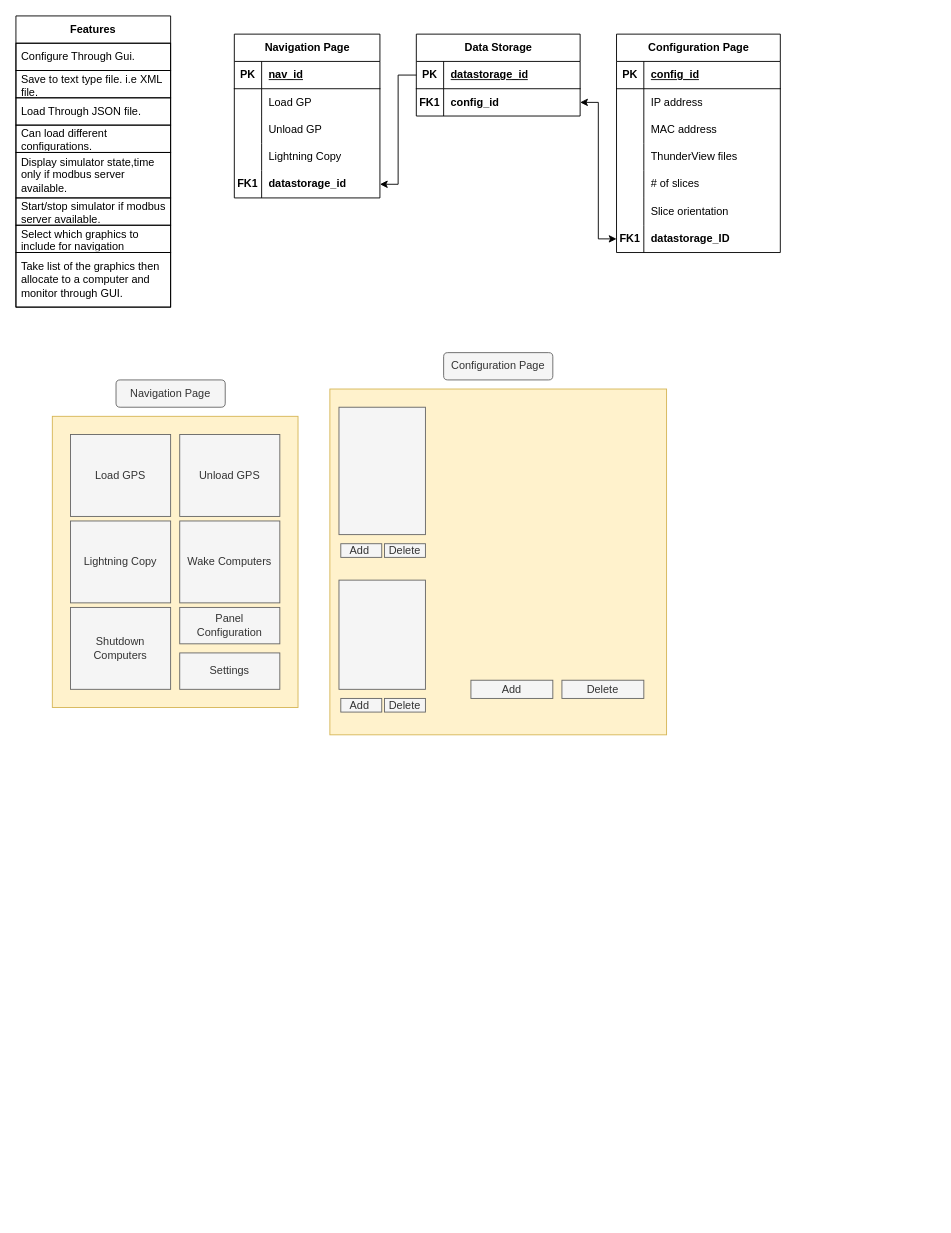
This is GUI_DesignMap.drawio from MansourMohamedAli/GPS_UserInterface, a draw.io file, before an edit. Source tidied: cells renumbered, new cells numbered last; positions are measured from the earlier drawing's top-left corner, leaving out a move shared by most shapes. Both pictures are drawn from the tidied source at 91%, with x=0, y=0 at pixel (15, 15).
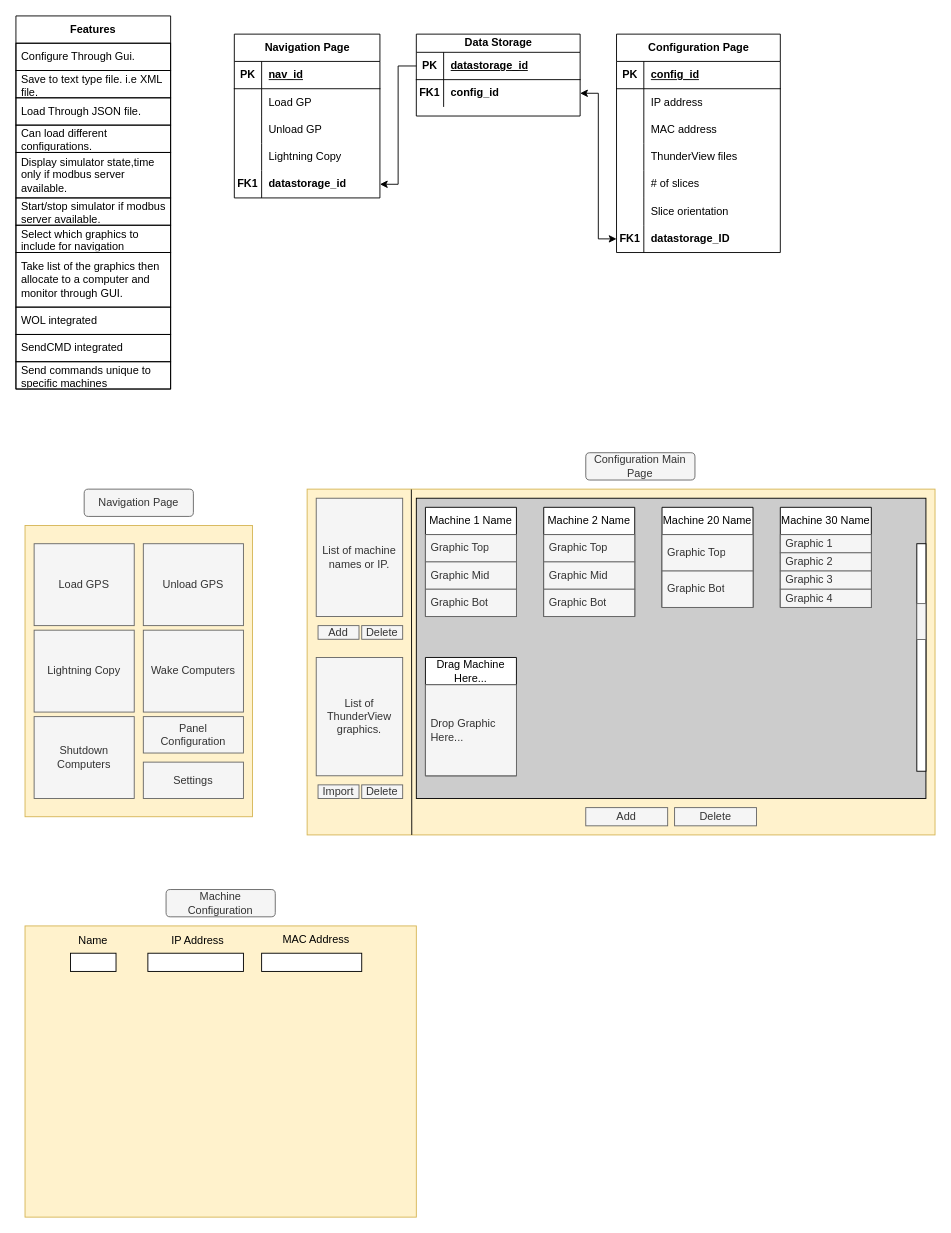
The same page after the edit.

Commit message:
-Added detail to configuration page. -Created machine setup page.

Unchanged cells that the change refers to:
```xml
<mxCell id="38" style="shape=tableRow;horizontal=0;startSize=0;swimlaneHead=0;swimlaneBody=0;fillColor=none;points=[[0,0.5],[1,0.5]];portConstraint=eastwest;top=0;left=0;right=0;bottom=0;" parent="19" vertex="1">
  <mxGeometry y="210" width="180" height="30" as="geometry" />
</mxCell>
```

The edit, as a diff of the source:
```diff
@@
     <mxCell id="2" style="rounded=0;whiteSpace=wrap;html=1;fillColor=#fff2cc;strokeColor=#d6b656;" parent="1" vertex="1">
-      <mxGeometry x="40" y="440" width="270" height="320" as="geometry" />
+      <mxGeometry x="10" y="560" width="250" height="320" as="geometry" />
     </mxCell>
@@
-    <mxCell id="41" value="Data Storage" style="shape=table;startSize=30;childLayout=tableLayout;rowLines=0;fontStyle=1;align=center;html=1;" parent="1" vertex="1">
+    <mxCell id="41" value="Data Storage" style="shape=table;startSize=20;childLayout=tableLayout;rowLines=0;fontStyle=1;align=center;html=1;" parent="1" vertex="1">
       <mxGeometry x="440" y="20" width="180" height="90" as="geometry" />
     </mxCell>
     <mxCell id="42" style="shape=tableRow;horizontal=0;startSize=0;swimlaneHead=0;swimlaneBody=0;fillColor=none;points=[[0,0.5],[1,0.5]];portConstraint=eastwest;top=0;left=0;right=0;bottom=1;" parent="41" vertex="1">
-      <mxGeometry y="30" width="180" height="30" as="geometry" />
+      <mxGeometry y="20" width="180" height="30" as="geometry" />
     </mxCell>
@@
     <mxCell id="45" style="shape=tableRow;horizontal=0;startSize=0;swimlaneHead=0;swimlaneBody=0;fillColor=none;points=[[0,0.5],[1,0.5]];portConstraint=eastwest;top=0;left=0;right=0;bottom=0;" parent="41" vertex="1">
-      <mxGeometry y="60" width="180" height="30" as="geometry" />
+      <mxGeometry y="50" width="180" height="30" as="geometry" />
     </mxCell>
@@
     <mxCell id="49" style="endArrow=classic;startArrow=classic;html=1;rounded=0;entryX=1;entryY=0.5;entryDx=0;entryDy=0;exitX=0;exitY=0.5;exitDx=0;exitDy=0;" parent="1" edge="1" source="38" target="45">
       <mxGeometry relative="1" as="geometry">
         <Array as="points">
           <mxPoint x="640" y="245" />
-          <mxPoint x="640" y="95" />
+          <mxPoint x="640" y="85" />
         </Array>
       </mxGeometry>
     </mxCell>
     <mxCell id="50" value="&lt;b&gt;Features&lt;/b&gt;" style="swimlane;fontStyle=0;horizontal=1;startSize=30;whiteSpace=wrap;html=1;" parent="1" vertex="1">
-      <mxGeometry width="170" height="320" as="geometry" />
+      <mxGeometry width="170" height="410" as="geometry" />
     </mxCell>
@@
+    <mxCell id="77" value="WOL integrated" style="text;strokeColor=default;fillColor=none;align=left;verticalAlign=middle;spacingLeft=4;spacingRight=4;overflow=hidden;whiteSpace=wrap;html=1;" parent="50" vertex="1">
+      <mxGeometry y="320" width="170" height="30" as="geometry" />
+    </mxCell>
+    <mxCell id="78" value="SendCMD integrated" style="text;strokeColor=default;fillColor=none;align=left;verticalAlign=middle;spacingLeft=4;spacingRight=4;overflow=hidden;whiteSpace=wrap;html=1;" parent="50" vertex="1">
+      <mxGeometry y="350" width="170" height="30" as="geometry" />
+    </mxCell>
+    <mxCell id="79" value="Send commands unique to specific machines" style="text;strokeColor=default;fillColor=none;align=left;verticalAlign=middle;spacingLeft=4;spacingRight=4;overflow=hidden;whiteSpace=wrap;html=1;" parent="50" vertex="1">
+      <mxGeometry y="380" width="170" height="30" as="geometry" />
+    </mxCell>
     <mxCell id="59" value="Load GPS" style="rounded=0;whiteSpace=wrap;html=1;fillColor=#f5f5f5;fontColor=#333333;strokeColor=#666666;" parent="1" vertex="1">
-      <mxGeometry x="60" y="460" width="110" height="90" as="geometry" />
+      <mxGeometry x="20" y="580" width="110" height="90" as="geometry" />
     </mxCell>
     <mxCell id="60" value="Unload GPS" style="rounded=0;whiteSpace=wrap;html=1;fillColor=#f5f5f5;fontColor=#333333;strokeColor=#666666;" parent="1" vertex="1">
-      <mxGeometry x="180" y="460" width="110" height="90" as="geometry" />
+      <mxGeometry x="140" y="580" width="110" height="90" as="geometry" />
     </mxCell>
     <mxCell id="61" value="Lightning Copy" style="rounded=0;whiteSpace=wrap;html=1;fillColor=#f5f5f5;fontColor=#333333;strokeColor=#666666;" parent="1" vertex="1">
-      <mxGeometry x="60" y="555" width="110" height="90" as="geometry" />
+      <mxGeometry x="20" y="675" width="110" height="90" as="geometry" />
     </mxCell>
     <mxCell id="62" value="Wake Computers" style="rounded=0;whiteSpace=wrap;html=1;fillColor=#f5f5f5;fontColor=#333333;strokeColor=#666666;" parent="1" vertex="1">
-      <mxGeometry x="180" y="555" width="110" height="90" as="geometry" />
+      <mxGeometry x="140" y="675" width="110" height="90" as="geometry" />
     </mxCell>
     <mxCell id="63" value="Shutdown Computers" style="rounded=0;whiteSpace=wrap;html=1;fillColor=#f5f5f5;fontColor=#333333;strokeColor=#666666;" parent="1" vertex="1">
-      <mxGeometry x="60" y="650" width="110" height="90" as="geometry" />
+      <mxGeometry x="20" y="770" width="110" height="90" as="geometry" />
     </mxCell>
     <mxCell id="64" value="Panel &lt;br&gt;Configuration" style="rounded=0;whiteSpace=wrap;html=1;fillColor=#f5f5f5;fontColor=#333333;strokeColor=#666666;" parent="1" vertex="1">
-      <mxGeometry x="180" y="650" width="110" height="40" as="geometry" />
+      <mxGeometry x="140" y="770" width="110" height="40" as="geometry" />
     </mxCell>
     <mxCell id="65" value="Navigation Page" style="rounded=1;whiteSpace=wrap;html=1;fillColor=#f5f5f5;strokeColor=#666666;fontColor=#333333;" parent="1" vertex="1">
-      <mxGeometry x="110" y="400" width="120" height="30" as="geometry" />
+      <mxGeometry x="75" y="520" width="120" height="30" as="geometry" />
     </mxCell>
-    <mxCell id="66" value="Configuration Page" style="rounded=1;whiteSpace=wrap;html=1;fillColor=#f5f5f5;strokeColor=#666666;fontColor=#333333;" parent="1" vertex="1">
-      <mxGeometry x="470" y="370" width="120" height="30" as="geometry" />
+    <mxCell id="66" value="Configuration Main Page" style="rounded=1;whiteSpace=wrap;html=1;fillColor=#f5f5f5;strokeColor=#666666;fontColor=#333333;" parent="1" vertex="1">
+      <mxGeometry x="626.2" y="480" width="120" height="30" as="geometry" />
     </mxCell>
     <mxCell id="67" value="Settings" style="rounded=0;whiteSpace=wrap;html=1;fillColor=#f5f5f5;fontColor=#333333;strokeColor=#666666;" parent="1" vertex="1">
-      <mxGeometry x="180" y="700" width="110" height="40" as="geometry" />
+      <mxGeometry x="140" y="820" width="110" height="40" as="geometry" />
     </mxCell>
     <mxCell id="68" style="rounded=0;whiteSpace=wrap;html=1;fillColor=#fff2cc;strokeColor=#d6b656;" parent="1" vertex="1">
-      <mxGeometry x="345" y="410" width="370" height="380" as="geometry" />
+      <mxGeometry x="320" y="520" width="690" height="380" as="geometry" />
     </mxCell>
-    <mxCell id="69" style="rounded=0;whiteSpace=wrap;html=1;fillColor=#f5f5f5;fontColor=#333333;strokeColor=#666666;" parent="1" vertex="1">
-      <mxGeometry x="355" y="620" width="95" height="120" as="geometry" />
+    <mxCell id="69" value="List of ThunderView graphics." style="rounded=0;whiteSpace=wrap;html=1;fillColor=#f5f5f5;fontColor=#333333;strokeColor=#666666;" parent="1" vertex="1">
+      <mxGeometry x="330" y="705" width="95" height="130" as="geometry" />
     </mxCell>
-    <mxCell id="70" value="Add" style="rounded=0;whiteSpace=wrap;html=1;fillColor=#f5f5f5;fontColor=#333333;strokeColor=#666666;" parent="1" vertex="1">
-      <mxGeometry x="500" y="730" width="90" height="20" as="geometry" />
-    </mxCell>
-    <mxCell id="71" value="Delete" style="rounded=0;whiteSpace=wrap;html=1;fillColor=#f5f5f5;fontColor=#333333;strokeColor=#666666;" parent="1" vertex="1">
-      <mxGeometry x="600" y="730" width="90" height="20" as="geometry" />
-    </mxCell>
-    <mxCell id="72" style="rounded=0;whiteSpace=wrap;html=1;fillColor=#f5f5f5;fontColor=#333333;strokeColor=#666666;" parent="1" vertex="1">
-      <mxGeometry x="355" y="430" width="95" height="140" as="geometry" />
+    <mxCell id="72" value="List of machine names or IP." style="rounded=0;whiteSpace=wrap;html=1;fillColor=#f5f5f5;fontColor=#333333;strokeColor=#666666;" parent="1" vertex="1">
+      <mxGeometry x="330" y="530" width="95" height="130" as="geometry" />
     </mxCell>
-    <mxCell id="73" value="Add&amp;nbsp;" style="rounded=0;whiteSpace=wrap;html=1;fillColor=#f5f5f5;fontColor=#333333;strokeColor=#666666;" parent="1" vertex="1">
-      <mxGeometry x="357" y="580" width="45" height="15" as="geometry" />
+    <mxCell id="73" value="Add" style="rounded=0;whiteSpace=wrap;html=1;fillColor=#f5f5f5;fontColor=#333333;strokeColor=#666666;" parent="1" vertex="1">
+      <mxGeometry x="332" y="670" width="45" height="15" as="geometry" />
     </mxCell>
     <mxCell id="74" value="Delete" style="rounded=0;whiteSpace=wrap;html=1;fillColor=#f5f5f5;fontColor=#333333;strokeColor=#666666;" parent="1" vertex="1">
-      <mxGeometry x="405" y="580" width="45" height="15" as="geometry" />
+      <mxGeometry x="380" y="670" width="45" height="15" as="geometry" />
     </mxCell>
-    <mxCell id="75" value="Add&amp;nbsp;" style="rounded=0;whiteSpace=wrap;html=1;fillColor=#f5f5f5;fontColor=#333333;strokeColor=#666666;" parent="1" vertex="1">
-      <mxGeometry x="357" y="750" width="45" height="15" as="geometry" />
+    <mxCell id="75" value="Import" style="rounded=0;whiteSpace=wrap;html=1;fillColor=#f5f5f5;fontColor=#333333;strokeColor=#666666;" parent="1" vertex="1">
+      <mxGeometry x="332" y="845" width="45" height="15" as="geometry" />
     </mxCell>
     <mxCell id="76" value="Delete" style="rounded=0;whiteSpace=wrap;html=1;fillColor=#f5f5f5;fontColor=#333333;strokeColor=#666666;" parent="1" vertex="1">
-      <mxGeometry x="405" y="750" width="45" height="15" as="geometry" />
+      <mxGeometry x="380" y="845" width="45" height="15" as="geometry" />
     </mxCell>
+    <mxCell id="80" style="endArrow=none;html=1;rounded=0;entryX=0.166;entryY=0.001;entryDx=0;entryDy=0;entryPerimeter=0;" parent="1" edge="1" target="68">
+      <mxGeometry relative="1" as="geometry">
+        <mxPoint x="435" y="900" as="sourcePoint" />
+      </mxGeometry>
+    </mxCell>
+    <mxCell id="81" style="rounded=0;whiteSpace=wrap;html=1;fillColor=#CCCCCC;" parent="1" vertex="1">
+      <mxGeometry x="440" y="530" width="560" height="330" as="geometry" />
+    </mxCell>
+    <mxCell id="82" value="Machine 1 Name" style="swimlane;fontStyle=0;horizontal=1;startSize=30;whiteSpace=wrap;html=1;" parent="1" vertex="1">
+      <mxGeometry x="450" y="540" width="100" height="120" as="geometry" />
+    </mxCell>
+    <mxCell id="83" value="Graphic Top" style="text;strokeColor=#666666;fillColor=#f5f5f5;align=left;verticalAlign=middle;spacingLeft=4;spacingRight=4;overflow=hidden;whiteSpace=wrap;html=1;fontColor=#333333;" parent="82" vertex="1">
+      <mxGeometry y="30" width="100" height="30" as="geometry" />
+    </mxCell>
+    <mxCell id="84" value="Graphic Mid" style="text;strokeColor=#666666;fillColor=#f5f5f5;align=left;verticalAlign=middle;spacingLeft=4;spacingRight=4;overflow=hidden;whiteSpace=wrap;html=1;fontColor=#333333;" parent="82" vertex="1">
+      <mxGeometry y="60" width="100" height="30" as="geometry" />
+    </mxCell>
+    <mxCell id="85" value="Graphic Bot" style="text;strokeColor=#666666;fillColor=#f5f5f5;align=left;verticalAlign=middle;spacingLeft=4;spacingRight=4;overflow=hidden;whiteSpace=wrap;html=1;fontColor=#333333;" parent="82" vertex="1">
+      <mxGeometry y="90" width="100" height="30" as="geometry" />
+    </mxCell>
+    <mxCell id="86" value="Machine 2 Name" style="swimlane;fontStyle=0;horizontal=1;startSize=30;whiteSpace=wrap;html=1;" parent="1" vertex="1">
+      <mxGeometry x="580" y="540" width="100" height="120" as="geometry" />
+    </mxCell>
+    <mxCell id="87" value="Graphic Top" style="text;strokeColor=#666666;fillColor=#f5f5f5;align=left;verticalAlign=middle;spacingLeft=4;spacingRight=4;overflow=hidden;whiteSpace=wrap;html=1;fontColor=#333333;" parent="86" vertex="1">
+      <mxGeometry y="30" width="100" height="30" as="geometry" />
+    </mxCell>
+    <mxCell id="88" value="Graphic Mid" style="text;strokeColor=#666666;fillColor=#f5f5f5;align=left;verticalAlign=middle;spacingLeft=4;spacingRight=4;overflow=hidden;whiteSpace=wrap;html=1;fontColor=#333333;" parent="86" vertex="1">
+      <mxGeometry y="60" width="100" height="30" as="geometry" />
+    </mxCell>
+    <mxCell id="89" value="Graphic Bot" style="text;strokeColor=#666666;fillColor=#f5f5f5;align=left;verticalAlign=middle;spacingLeft=4;spacingRight=4;overflow=hidden;whiteSpace=wrap;html=1;fontColor=#333333;" parent="86" vertex="1">
+      <mxGeometry y="90" width="100" height="30" as="geometry" />
+    </mxCell>
+    <mxCell id="90" value="Machine 20 Name" style="swimlane;fontStyle=0;horizontal=1;startSize=30;whiteSpace=wrap;html=1;" parent="1" vertex="1">
+      <mxGeometry x="710" y="540" width="100" height="110" as="geometry" />
+    </mxCell>
+    <mxCell id="91" value="Graphic Top" style="text;strokeColor=#666666;fillColor=#f5f5f5;align=left;verticalAlign=middle;spacingLeft=4;spacingRight=4;overflow=hidden;whiteSpace=wrap;html=1;fontColor=#333333;" parent="90" vertex="1">
+      <mxGeometry y="30" width="100" height="40" as="geometry" />
+    </mxCell>
+    <mxCell id="92" value="Graphic Bot" style="text;strokeColor=#666666;fillColor=#f5f5f5;align=left;verticalAlign=middle;spacingLeft=4;spacingRight=4;overflow=hidden;whiteSpace=wrap;html=1;fontColor=#333333;" parent="90" vertex="1">
+      <mxGeometry y="70" width="100" height="40" as="geometry" />
+    </mxCell>
+    <mxCell id="93" value="Machine 30 Name" style="swimlane;fontStyle=0;horizontal=1;startSize=30;whiteSpace=wrap;html=1;swimlaneFillColor=default;" parent="1" vertex="1">
+      <mxGeometry x="840" y="540" width="100" height="110" as="geometry" />
+    </mxCell>
+    <mxCell id="94" value="Graphic 1" style="text;strokeColor=#666666;fillColor=#f5f5f5;align=left;verticalAlign=middle;spacingLeft=4;spacingRight=4;overflow=hidden;whiteSpace=wrap;html=1;fontColor=#333333;" parent="93" vertex="1">
+      <mxGeometry y="30" width="100" height="20" as="geometry" />
+    </mxCell>
+    <mxCell id="95" value="Graphic 2" style="text;strokeColor=#666666;fillColor=#f5f5f5;align=left;verticalAlign=middle;spacingLeft=4;spacingRight=4;overflow=hidden;whiteSpace=wrap;html=1;fontColor=#333333;" parent="93" vertex="1">
+      <mxGeometry y="50" width="100" height="20" as="geometry" />
+    </mxCell>
+    <mxCell id="96" value="Graphic 3" style="text;strokeColor=#666666;fillColor=#f5f5f5;align=left;verticalAlign=middle;spacingLeft=4;spacingRight=4;overflow=hidden;whiteSpace=wrap;html=1;fontColor=#333333;" parent="93" vertex="1">
+      <mxGeometry y="70" width="100" height="20" as="geometry" />
+    </mxCell>
+    <mxCell id="97" value="Graphic 4" style="text;strokeColor=#666666;fillColor=#f5f5f5;align=left;verticalAlign=middle;spacingLeft=4;spacingRight=4;overflow=hidden;whiteSpace=wrap;html=1;fontColor=#333333;" parent="93" vertex="1">
+      <mxGeometry y="90" width="100" height="20" as="geometry" />
+    </mxCell>
+    <mxCell id="70" value="Add" style="rounded=0;whiteSpace=wrap;html=1;fillColor=#f5f5f5;fontColor=#333333;strokeColor=#666666;" parent="1" vertex="1">
+      <mxGeometry x="626.2" y="870" width="90" height="20" as="geometry" />
+    </mxCell>
+    <mxCell id="71" value="Delete" style="rounded=0;whiteSpace=wrap;html=1;fillColor=#f5f5f5;fontColor=#333333;strokeColor=#666666;" parent="1" vertex="1">
+      <mxGeometry x="723.8" y="870" width="90" height="20" as="geometry" />
+    </mxCell>
+    <mxCell id="98" style="group;" parent="1" vertex="1">
+      <mxGeometry x="990" y="580" width="10" height="250" as="geometry" />
+    </mxCell>
+    <mxCell id="99" style="rounded=0;whiteSpace=wrap;html=1;" parent="98" vertex="1">
+      <mxGeometry width="10" height="250" as="geometry" />
+    </mxCell>
+    <mxCell id="100" style="rounded=0;whiteSpace=wrap;html=1;fillColor=#f5f5f5;fontColor=#333333;strokeColor=#666666;" parent="98" vertex="1">
+      <mxGeometry y="65.8" width="10" height="39.5" as="geometry" />
+    </mxCell>
+    <mxCell id="101" value="Drag Machine Here..." style="swimlane;fontStyle=0;horizontal=1;startSize=30;whiteSpace=wrap;html=1;" parent="1" vertex="1">
+      <mxGeometry x="450" y="705" width="100" height="130" as="geometry" />
+    </mxCell>
+    <mxCell id="102" value="Drop Graphic Here..." style="text;strokeColor=#666666;fillColor=#f5f5f5;align=left;verticalAlign=middle;spacingLeft=4;spacingRight=4;overflow=hidden;whiteSpace=wrap;html=1;fontColor=#333333;" parent="101" vertex="1">
+      <mxGeometry y="30" width="100" height="100" as="geometry" />
+    </mxCell>
+    <mxCell id="103" style="rounded=0;whiteSpace=wrap;html=1;fillColor=#fff2cc;strokeColor=#d6b656;" parent="1" vertex="1">
+      <mxGeometry x="10" y="1000" width="430" height="320" as="geometry" />
+    </mxCell>
+    <mxCell id="104" value="Machine Configuration" style="rounded=1;whiteSpace=wrap;html=1;fillColor=#f5f5f5;strokeColor=#666666;fontColor=#333333;" parent="1" vertex="1">
+      <mxGeometry x="165" y="960" width="120" height="30" as="geometry" />
+    </mxCell>
+    <mxCell id="105" style="rounded=0;whiteSpace=wrap;html=1;" parent="1" vertex="1">
+      <mxGeometry x="60" y="1030" width="50" height="20" as="geometry" />
+    </mxCell>
+    <mxCell id="106" style="rounded=0;whiteSpace=wrap;html=1;" parent="1" vertex="1">
+      <mxGeometry x="145" y="1030" width="105" height="20" as="geometry" />
+    </mxCell>
+    <mxCell id="107" style="rounded=0;whiteSpace=wrap;html=1;" parent="1" vertex="1">
+      <mxGeometry x="270" y="1030" width="110" height="20" as="geometry" />
+    </mxCell>
+    <mxCell id="108" value="IP Address" style="text;html=1;strokeColor=none;fillColor=none;align=center;verticalAlign=middle;whiteSpace=wrap;rounded=0;" parent="1" vertex="1">
+      <mxGeometry x="170" y="1001" width="60" height="30" as="geometry" />
+    </mxCell>
+    <mxCell id="109" value="MAC Address" style="text;html=1;strokeColor=none;fillColor=none;align=center;verticalAlign=middle;whiteSpace=wrap;rounded=0;" parent="1" vertex="1">
+      <mxGeometry x="285" y="1000" width="90" height="30" as="geometry" />
+    </mxCell>
+    <mxCell id="110" value="Name" style="text;html=1;strokeColor=none;fillColor=none;align=center;verticalAlign=middle;whiteSpace=wrap;rounded=0;" parent="1" vertex="1">
+      <mxGeometry x="55" y="1001" width="60" height="30" as="geometry" />
+    </mxCell>
```
